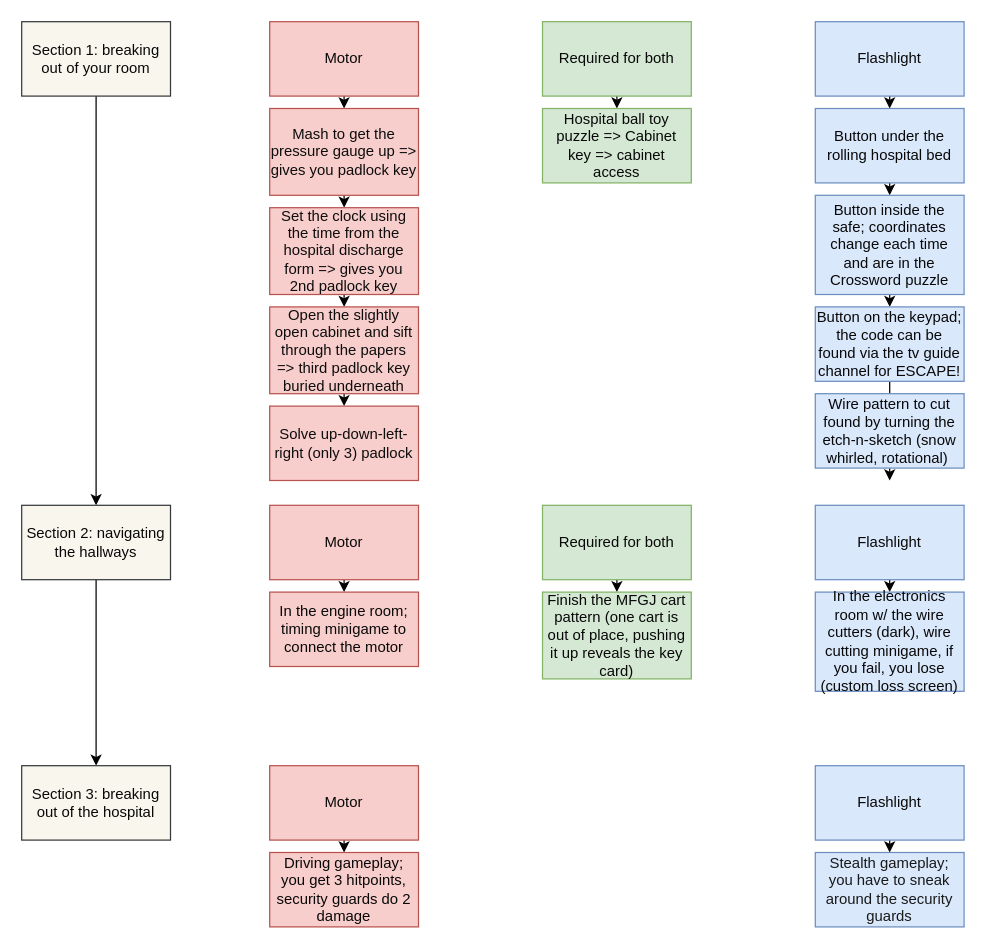
Earlier version of the draw.io diagram puzzles.drawio (xanmankey/MedicalBills). Source tidied: cells renumbered, new cells numbered last; positions are measured from the earlier drawing's top-left corner, leaving out a move shared by most shapes. Both pictures are drawn from the tidied source at 124%, with x=0, y=0 at pixel (21, 21).
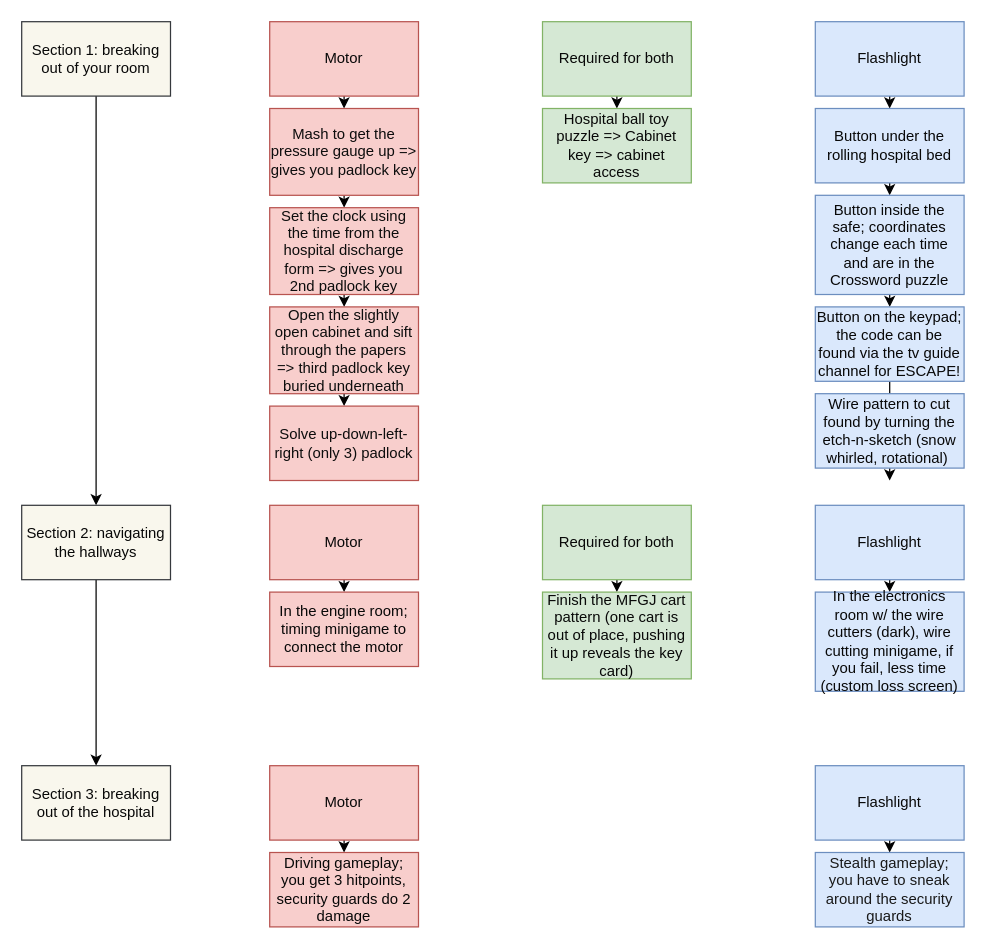
Above is the later version.

Diff of the diagram source:
```diff
@@
-    <mxCell id="34" value="&lt;font color=&quot;#080808&quot;&gt;In the electronics room w/ the wire cutters (dark), wire cutting minigame, if you fail, you lose (custom loss screen)&lt;/font&gt;" style="whiteSpace=wrap;html=1;fillColor=#dae8fc;strokeColor=#6c8ebf;" parent="1" vertex="1">
+    <mxCell id="34" value="&lt;font color=&quot;#080808&quot;&gt;In the electronics room w/ the wire cutters (dark), wire cutting minigame, if you fail, less time (custom loss screen)&lt;/font&gt;" style="whiteSpace=wrap;html=1;fillColor=#dae8fc;strokeColor=#6c8ebf;" parent="1" vertex="1">
       <mxGeometry x="640" y="460" width="120" height="80" as="geometry" />
     </mxCell>
```
